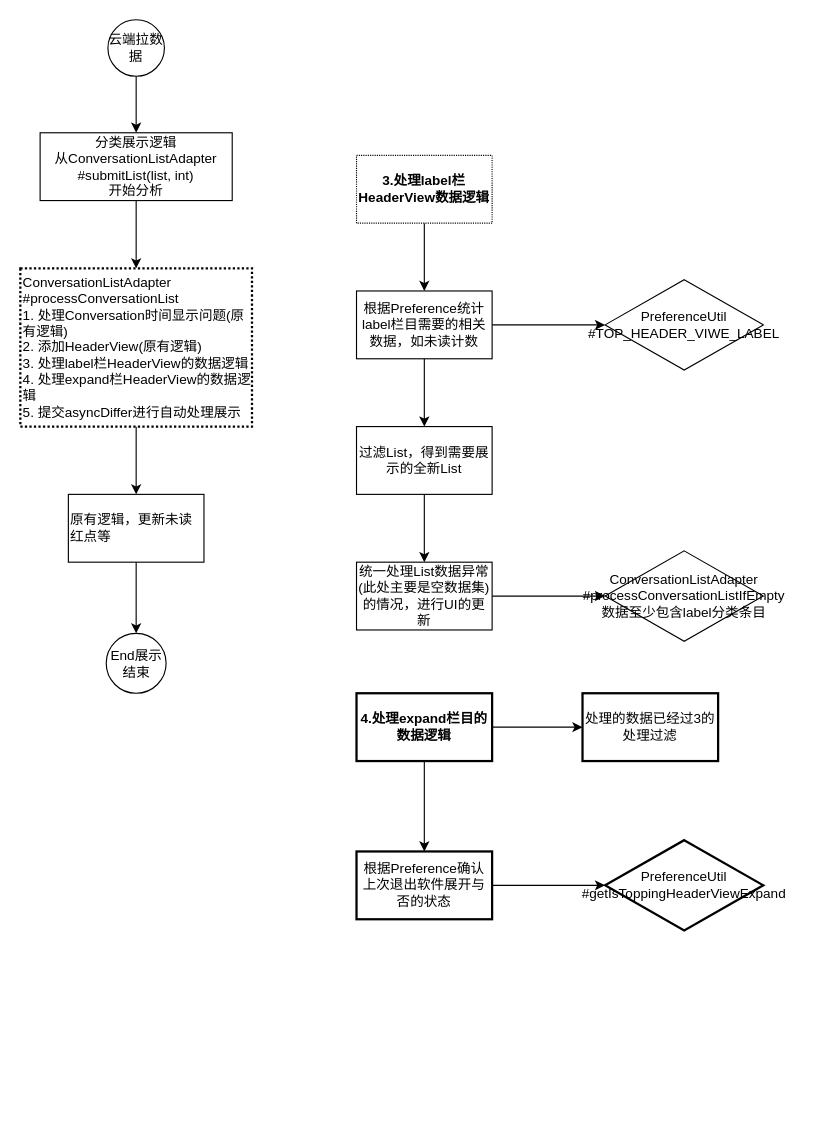
Above: 消息界面流程图.drawio in baizhu0414/Diagrams (draw.io), before the change. Source tidied: cells renumbered, new cells numbered last; positions are measured from the earlier drawing's top-left corner, leaving out a move shared by most shapes. Both pictures are drawn from the tidied source at 113%, with x=0, y=0 at pixel (19, 19).
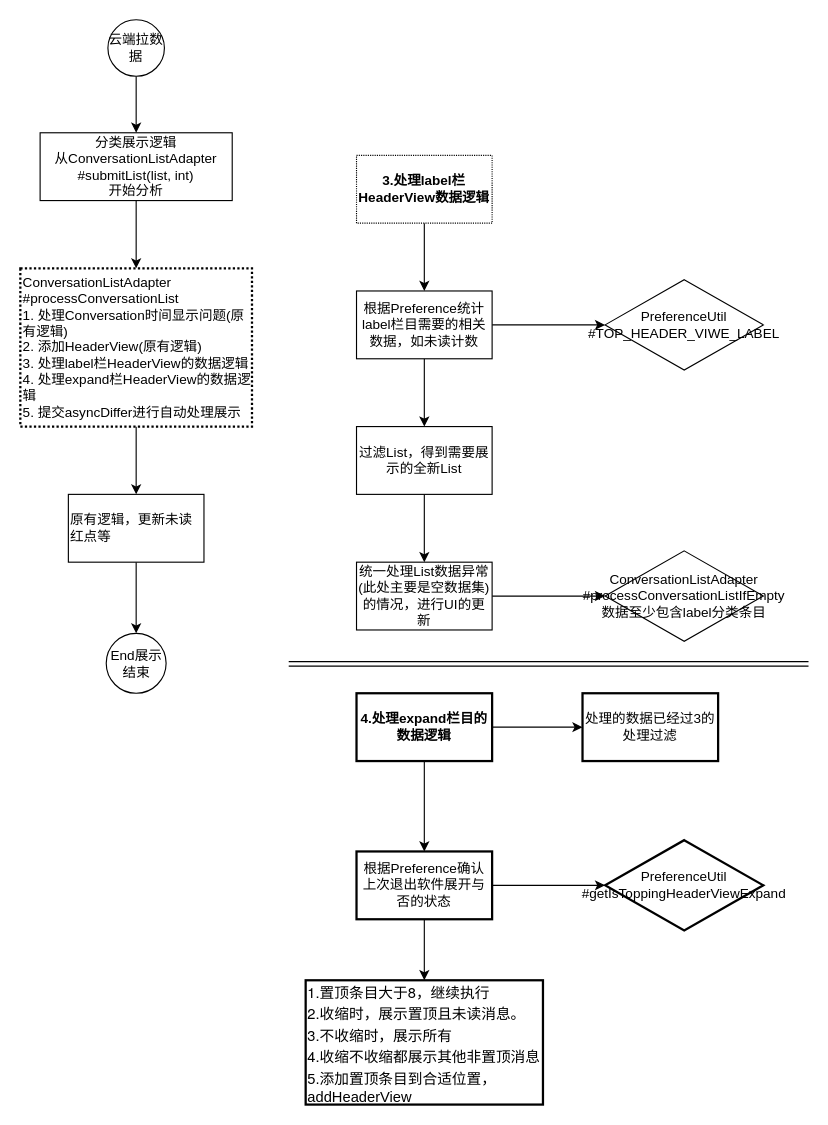
Above is the later version.

Commit message:
211020-添加expand置顶条目数据过滤逻辑

The change refers to these unchanged cells:
```xml
<mxCell id="26" value="&lt;span&gt;根据Preference确认上次退出软件展开与否的状态&lt;/span&gt;" style="whiteSpace=wrap;html=1;fontStyle=0;strokeWidth=2;" parent="1" vertex="1">
  <mxGeometry x="298" y="736" width="120" height="60" as="geometry" />
</mxCell>
```

What changed in the source:
```diff
@@
+    <mxCell id="29" style="edgeStyle=orthogonalEdgeStyle;rounded=0;jettySize=auto;html=1;" parent="1" edge="1" source="26" target="30">
+      <mxGeometry relative="1" as="geometry" />
+    </mxCell>
@@
+    <mxCell id="30" value="&lt;p class=&quot;p1&quot; style=&quot;margin: 0px ; font-stretch: normal ; font-size: 13px ; line-height: normal ; font-family: &amp;#34;helvetica neue&amp;#34;&quot;&gt;1.置顶条目大于8，继续执行&lt;/p&gt;&lt;p class=&quot;p1&quot; style=&quot;margin: 0px ; font-stretch: normal ; font-size: 13px ; line-height: normal ; font-family: &amp;#34;helvetica neue&amp;#34;&quot;&gt;2.收缩时，展示置顶且未读消息。&lt;/p&gt;&lt;p class=&quot;p1&quot; style=&quot;margin: 0px ; font-stretch: normal ; font-size: 13px ; line-height: normal ; font-family: &amp;#34;helvetica neue&amp;#34;&quot;&gt;3.不收缩时，展示所有&lt;/p&gt;&lt;p class=&quot;p2&quot; style=&quot;margin: 0px ; font-stretch: normal ; font-size: 13px ; line-height: normal ; font-family: &amp;#34;pingfang sc&amp;#34;&quot;&gt;&lt;span class=&quot;s1&quot; style=&quot;font-stretch: normal ; line-height: normal ; font-family: &amp;#34;helvetica neue&amp;#34;&quot;&gt;4.&lt;/span&gt;收缩不收缩都展示其他非置顶消息&lt;/p&gt;&lt;p class=&quot;p2&quot; style=&quot;margin: 0px ; font-stretch: normal ; font-size: 13px ; line-height: normal ; font-family: &amp;#34;pingfang sc&amp;#34;&quot;&gt;5.添加置顶条目到合适位置，addHeaderView&lt;/p&gt;" style="whiteSpace=wrap;html=1;fontStyle=0;strokeWidth=2;align=left;" parent="1" vertex="1">
+      <mxGeometry x="253" y="850" width="210" height="110" as="geometry" />
+    </mxCell>
+    <mxCell id="31" style="shape=link;html=1;labelBackgroundColor=#000000;strokeWidth=1;" parent="1" edge="1">
+      <mxGeometry relative="1" as="geometry">
+        <mxPoint x="238" y="570" as="sourcePoint" />
+        <mxPoint x="698" y="570" as="targetPoint" />
+      </mxGeometry>
+    </mxCell>
```
